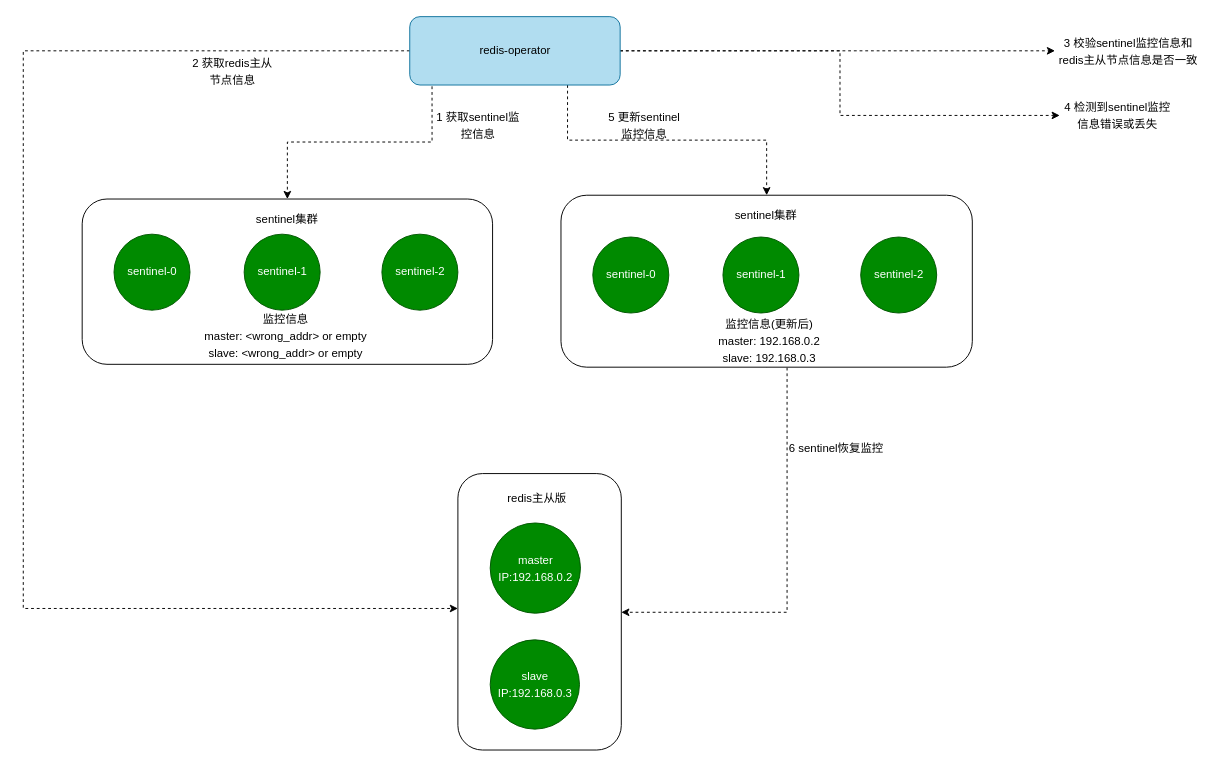
Above: diagrams/redis哨兵监控信息错误或丢失.drawio in fengyinqiao/cloudimg (draw.io), before the change. Source tidied: cells renumbered, new cells numbered last; positions are measured from the earlier drawing's top-left corner, leaving out a move shared by most shapes. Both pictures are drawn from the tidied source at 95%, with x=0, y=0 at pixel (23, 16).
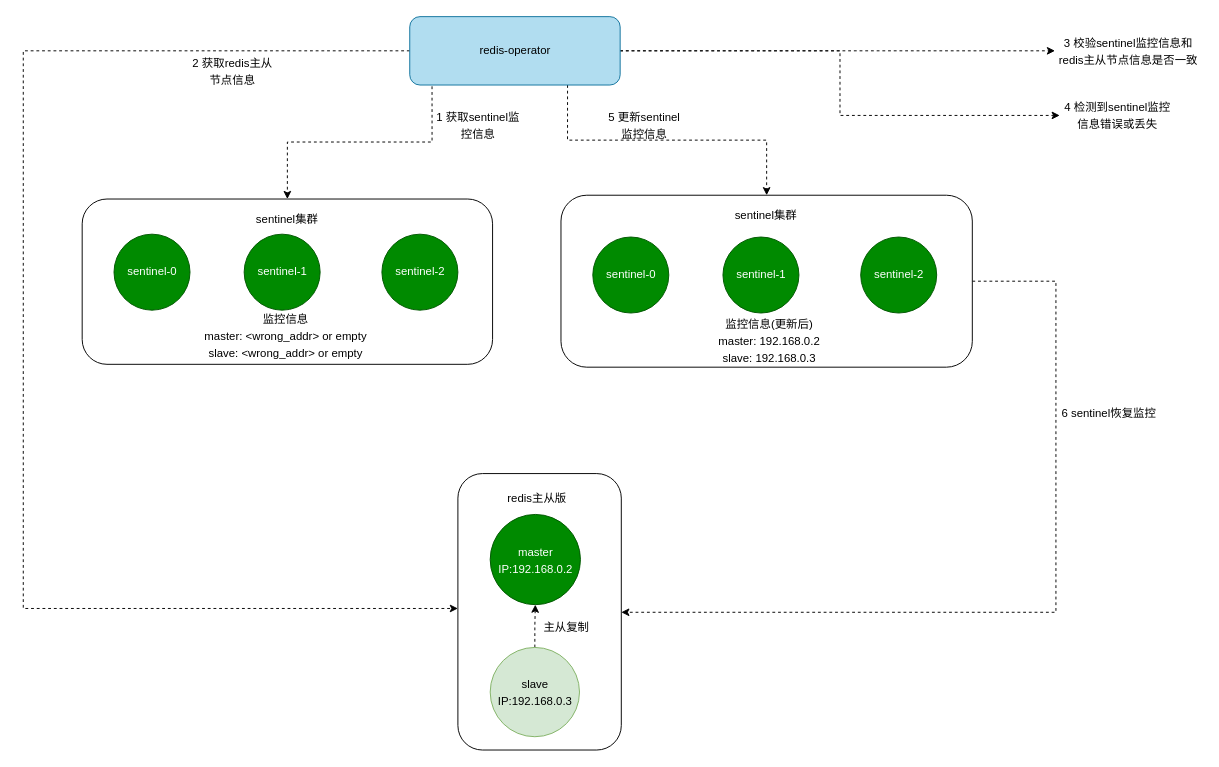
The same page after the edit.

Commit message:
更新redis哨兵监控信息错误或丢失.drawio

The change refers to these unchanged cells:
```xml
<mxCell id="2" style="rounded=1;whiteSpace=wrap;html=1;" parent="1" vertex="1">
  <mxGeometry x="457.5" y="481" width="172" height="291" as="geometry" />
</mxCell>
<mxCell id="25" style="rounded=1;whiteSpace=wrap;html=1;" parent="1" vertex="1">
  <mxGeometry x="566" y="188" width="433" height="181" as="geometry" />
</mxCell>
```

What changed in the source:
```diff
@@
     <mxCell id="8" value="&lt;p style=&quot;line-height: 150%;&quot;&gt;master&lt;br&gt;IP:192.168.0.2&lt;/p&gt;" style="ellipse;whiteSpace=wrap;html=1;fillColor=#008a00;fontColor=#ffffff;strokeColor=#005700;" parent="1" vertex="1">
-      <mxGeometry x="491.5" y="533" width="95" height="95" as="geometry" />
+      <mxGeometry x="491.5" y="524" width="95" height="95" as="geometry" />
     </mxCell>
+    <mxCell id="31" style="edgeStyle=orthogonalEdgeStyle;rounded=0;jettySize=auto;html=1;exitX=0.5;exitY=0;exitDx=0;exitDy=0;entryX=0.5;entryY=1;entryDx=0;entryDy=0;dashed=1;" parent="1" edge="1" source="9" target="8">
+      <mxGeometry relative="1" as="geometry" />
+    </mxCell>
-    <mxCell id="9" value="&lt;p style=&quot;line-height: 150%;&quot;&gt;slave&lt;br&gt;IP:192.168.0.3&lt;/p&gt;" style="ellipse;whiteSpace=wrap;html=1;fillColor=#008a00;fontColor=#ffffff;strokeColor=#005700;" parent="1" vertex="1">
-      <mxGeometry x="491.5" y="656" width="94" height="94" as="geometry" />
+    <mxCell id="9" value="&lt;p style=&quot;line-height: 150%;&quot;&gt;slave&lt;br&gt;IP:192.168.0.3&lt;/p&gt;" style="ellipse;whiteSpace=wrap;html=1;fillColor=#d5e8d4;strokeColor=#82b366;" parent="1" vertex="1">
+      <mxGeometry x="491.5" y="664" width="94" height="94" as="geometry" />
     </mxCell>
@@
     <mxCell id="22" value="&lt;p style=&quot;line-height: 150%;&quot;&gt;6 sentinel恢复监控&lt;/p&gt;" style="text;html=1;strokeColor=none;fillColor=none;align=center;verticalAlign=middle;whiteSpace=wrap;rounded=0;" parent="1" vertex="1">
-      <mxGeometry x="804" y="439" width="104" height="30" as="geometry" />
+      <mxGeometry x="1091" y="402" width="104" height="30" as="geometry" />
     </mxCell>
@@
-    <mxCell id="24" style="edgeStyle=orthogonalEdgeStyle;rounded=0;jettySize=auto;html=1;exitX=0.5;exitY=1;exitDx=0;exitDy=0;dashed=1;" parent="1" edge="1" source="25" target="2">
+    <mxCell id="24" style="edgeStyle=orthogonalEdgeStyle;rounded=0;jettySize=auto;html=1;exitX=1;exitY=0.5;exitDx=0;exitDy=0;dashed=1;" parent="1" edge="1" source="25" target="2">
       <mxGeometry relative="1" as="geometry">
         <Array as="points">
-          <mxPoint x="804" y="356" />
-          <mxPoint x="804" y="627" />
+          <mxPoint x="1087" y="278" />
+          <mxPoint x="1087" y="627" />
         </Array>
       </mxGeometry>
     </mxCell>
@@
+    <mxCell id="32" value="主从复制" style="text;html=1;strokeColor=none;fillColor=none;align=center;verticalAlign=middle;whiteSpace=wrap;rounded=0;" parent="1" vertex="1">
+      <mxGeometry x="542" y="628" width="60" height="30" as="geometry" />
+    </mxCell>
```
